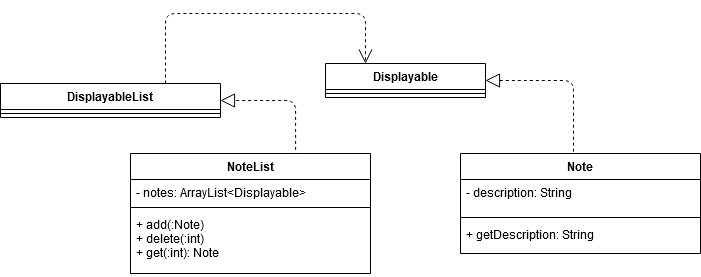
Above: docs/images/NoteListClassDiagram.png in nus-cs2113-AY2021S1/tp (draw.io), before the change. Source tidied: cells renumbered, new cells last; positions are measured from the earlier drawing's top-left corner, leaving out a move shared by most shapes.
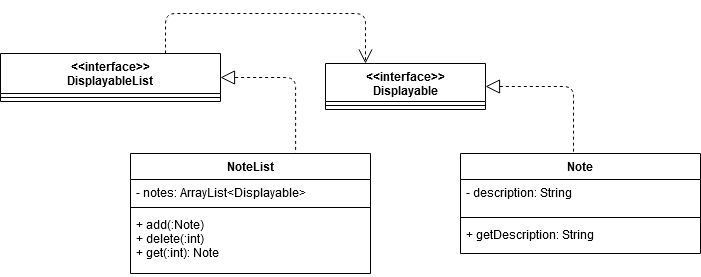
Above is the later version.

The edit, as a diff of the source:
```diff
@@ -2,17 +2,17 @@
   <root>
     <mxCell id="0" />
     <mxCell id="1" parent="0" />
-    <mxCell id="2" value="Displayable" style="swimlane;fontStyle=1;align=center;verticalAlign=top;horizontal=1;startSize=26;" parent="1" vertex="1">
-      <mxGeometry x="325" y="50" width="160" height="34" as="geometry" />
+    <mxCell id="2" value="&lt;&lt;interface&gt;&gt;&#10;Displayable" style="swimlane;fontStyle=1;align=center;verticalAlign=top;horizontal=1;startSize=38;" parent="1" vertex="1">
+      <mxGeometry x="325" y="50" width="160" height="46" as="geometry" />
     </mxCell>
     <mxCell id="3" style="line;strokeWidth=1;fillColor=none;align=left;verticalAlign=middle;spacingTop=-1;spacingLeft=3;spacingRight=3;labelPosition=right;" parent="2" vertex="1">
-      <mxGeometry y="26" width="160" height="8" as="geometry" />
+      <mxGeometry y="38" width="160" height="8" as="geometry" />
     </mxCell>
-    <mxCell id="4" value="DisplayableList" style="swimlane;fontStyle=1;align=center;verticalAlign=top;horizontal=1;startSize=26;" parent="1" vertex="1">
-      <mxGeometry y="70" width="220" height="34" as="geometry" />
+    <mxCell id="4" value="&lt;&lt;interface&gt;&gt;&#10;DisplayableList" style="swimlane;fontStyle=1;align=center;verticalAlign=top;horizontal=1;startSize=40;" parent="1" vertex="1">
+      <mxGeometry y="40" width="220" height="48" as="geometry" />
     </mxCell>
     <mxCell id="5" style="line;strokeWidth=1;fillColor=none;align=left;verticalAlign=middle;spacingTop=-1;spacingLeft=3;spacingRight=3;labelPosition=right;" parent="4" vertex="1">
-      <mxGeometry y="26" width="220" height="8" as="geometry" />
+      <mxGeometry y="40" width="220" height="8" as="geometry" />
     </mxCell>
     <mxCell id="6" style="endArrow=block;dashed=1;endFill=0;endSize=12;html=1;entryX=1;entryY=0.5;entryDx=0;entryDy=0;exitX=0.688;exitY=0.02;exitDx=0;exitDy=0;edgeStyle=orthogonalEdgeStyle;exitPerimeter=0;" parent="1" edge="1" source="7" target="4">
       <mxGeometry relative="1" as="geometry" />
```
